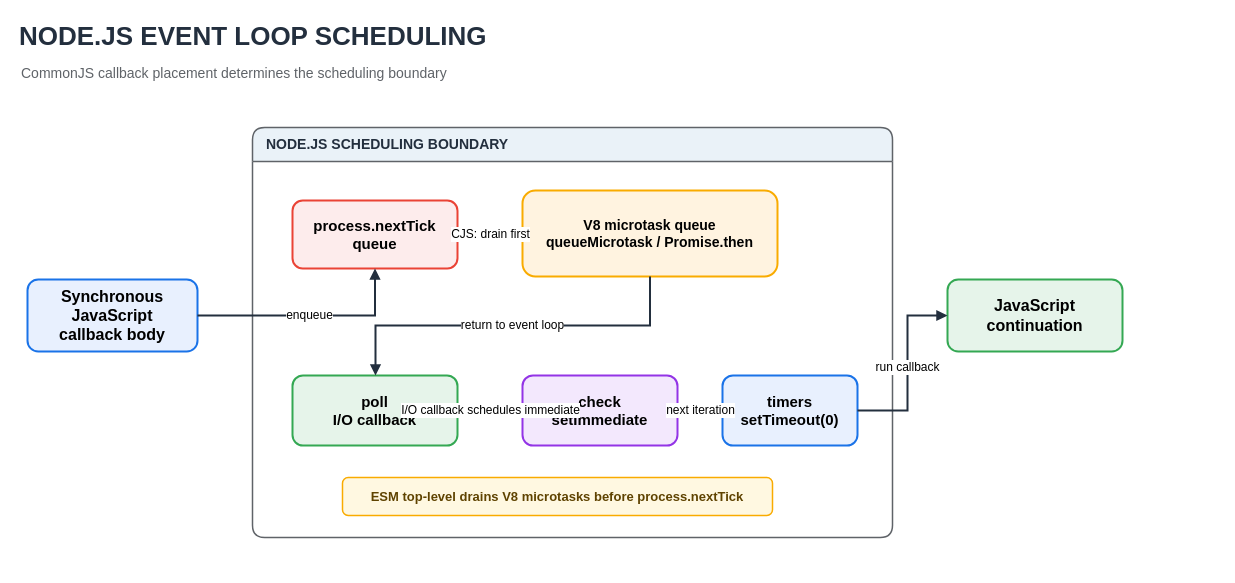
Before: assets/img/nodejs/node-event-loop-scheduling-flow.drawio in KKamJi98/kkamji98.github.io, a draw.io diagram. Source tidied: cells renumbered, new cells numbered last; positions are measured from the earlier drawing's top-left corner, leaving out a move shared by most shapes. Both pictures are drawn from the tidied source at 100%, with x=0, y=0 at pixel (17, 17).
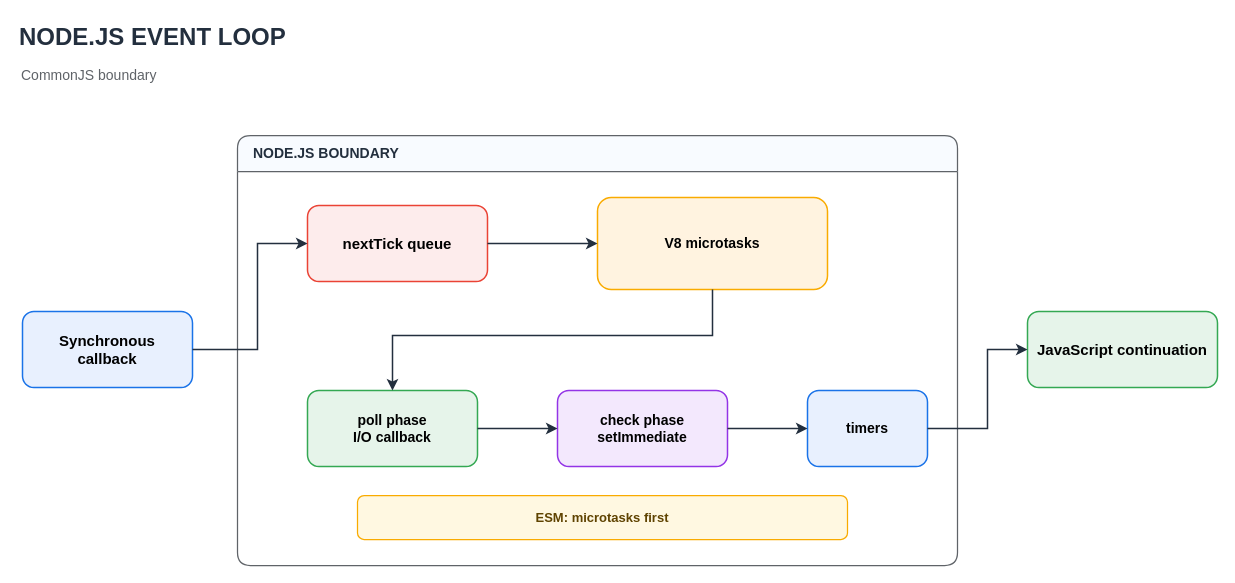
The same diagram, later.

Commit message (it also covers changes not shown here):
docs: refine Node event loop visuals

What changed in the source:
```diff
@@
-    <mxCell id="2" value="NODE.JS EVENT LOOP SCHEDULING" style="text;html=1;strokeColor=none;fillColor=none;align=left;verticalAlign=middle;fontSize=26;fontStyle=1;fontColor=#232F3E;" parent="1" vertex="1">
-      <mxGeometry width="760" height="38" as="geometry" />
+    <mxCell id="2" value="NODE.JS EVENT LOOP" style="text;html=1;strokeColor=none;fillColor=none;align=left;verticalAlign=middle;fontSize=24;fontStyle=1;fontColor=#232F3E;opacity=100;" parent="1" vertex="1">
+      <mxGeometry y="2" width="720" height="36" as="geometry" />
     </mxCell>
-    <mxCell id="3" value="CommonJS callback placement determines the scheduling boundary" style="text;html=1;strokeColor=none;fillColor=none;align=left;verticalAlign=middle;fontSize=14;fontColor=#5F6368;" parent="1" vertex="1">
-      <mxGeometry x="2" y="44" width="700" height="24" as="geometry" />
+    <mxCell id="3" value="CommonJS boundary" style="text;html=1;strokeColor=none;fillColor=none;align=left;verticalAlign=middle;fontSize=14;fontColor=#5F6368;" parent="1" vertex="1">
+      <mxGeometry x="2" y="46" width="400" height="24" as="geometry" />
     </mxCell>
-    <mxCell id="4" value="Synchronous JavaScript&lt;br&gt;callback body" style="rounded=1;whiteSpace=wrap;html=1;fillColor=#E8F0FE;strokeColor=#1A73E8;strokeWidth=2;fontColor=#000000;fontSize=16;fontStyle=1;" parent="1" vertex="1">
-      <mxGeometry x="10" y="262" width="170" height="72" as="geometry" />
+    <mxCell id="4" value="Synchronous callback" style="rounded=1;whiteSpace=wrap;html=1;fillColor=#E8F0FE;strokeColor=#1A73E8;strokeWidth=1.5;fontColor=#000000;fontSize=15;fontStyle=1;align=center;verticalAlign=middle;spacing=8;" parent="1" vertex="1">
+      <mxGeometry x="5" y="294" width="170" height="76" as="geometry" />
     </mxCell>
-    <mxCell id="5" value="NODE.JS SCHEDULING BOUNDARY" style="swimlane;horizontal=1;startSize=34;rounded=1;arcSize=12;html=1;fillColor=#EAF2F8;swimlaneFillColor=#FFFFFF;strokeColor=#5F6368;strokeWidth=1.5;fontColor=#232F3E;fontSize=14;fontStyle=1;align=left;spacingLeft=12;" parent="1" vertex="1">
-      <mxGeometry x="235" y="110" width="640" height="410" as="geometry" />
-    </mxCell>
+    <mxCell id="19" value="NODE.JS BOUNDARY" style="swimlane;horizontal=1;startSize=36;rounded=1;arcSize=12;html=1;fillColor=#F8FBFF;swimlaneFillColor=#FFFFFF;strokeColor=#5F6368;strokeWidth=1.25;fontColor=#232F3E;fontSize=14;fontStyle=1;align=left;spacingLeft=14;" parent="1" vertex="1">
+      <mxGeometry x="220" y="118" width="720" height="430" as="geometry" />
+    </mxCell>
-    <mxCell id="6" value="process.nextTick&lt;br&gt;queue" style="rounded=1;whiteSpace=wrap;html=1;fillColor=#FDECEC;strokeColor=#EA4335;strokeWidth=2;fontColor=#000000;fontSize=15;fontStyle=1;" parent="1" vertex="1">
-      <mxGeometry x="275" y="183" width="165" height="68" as="geometry" />
+    <mxCell id="6" value="nextTick queue" style="rounded=1;whiteSpace=wrap;html=1;fillColor=#FDECEC;strokeColor=#EA4335;strokeWidth=1.5;fontColor=#000000;fontSize=15;fontStyle=1;align=center;verticalAlign=middle;spacing=8;" parent="1" vertex="1">
+      <mxGeometry x="290" y="188" width="180" height="76" as="geometry" />
     </mxCell>
-    <mxCell id="7" value="V8 microtask queue&lt;br&gt;queueMicrotask / Promise.then" style="rounded=1;whiteSpace=wrap;html=1;fillColor=#FFF3E0;strokeColor=#F9AB00;strokeWidth=2;fontColor=#000000;fontSize=14;fontStyle=1;" parent="1" vertex="1">
-      <mxGeometry x="505" y="173" width="255" height="86" as="geometry" />
+    <mxCell id="7" value="V8 microtasks" style="rounded=1;whiteSpace=wrap;html=1;fillColor=#FFF3E0;strokeColor=#F9AB00;strokeWidth=1.5;fontColor=#000000;fontSize=14;fontStyle=1;align=center;verticalAlign=middle;spacing=8;" parent="1" vertex="1">
+      <mxGeometry x="580" y="180" width="230" height="92" as="geometry" />
     </mxCell>
-    <mxCell id="8" value="poll&lt;br&gt;I/O callback" style="rounded=1;whiteSpace=wrap;html=1;fillColor=#E6F4EA;strokeColor=#34A853;strokeWidth=2;fontColor=#000000;fontSize=15;fontStyle=1;" parent="1" vertex="1">
-      <mxGeometry x="275" y="358" width="165" height="70" as="geometry" />
+    <mxCell id="8" value="poll phase&lt;br&gt;I/O callback" style="rounded=1;whiteSpace=wrap;html=1;fillColor=#E6F4EA;strokeColor=#34A853;strokeWidth=1.5;fontColor=#000000;fontSize=14;fontStyle=1;align=center;verticalAlign=middle;spacing=8;" parent="1" vertex="1">
+      <mxGeometry x="290" y="373" width="170" height="76" as="geometry" />
     </mxCell>
-    <mxCell id="9" value="check&lt;br&gt;setImmediate" style="rounded=1;whiteSpace=wrap;html=1;fillColor=#F3E8FD;strokeColor=#9334E6;strokeWidth=2;fontColor=#000000;fontSize=15;fontStyle=1;" parent="1" vertex="1">
-      <mxGeometry x="505" y="358" width="155" height="70" as="geometry" />
+    <mxCell id="9" value="check phase&lt;br&gt;setImmediate" style="rounded=1;whiteSpace=wrap;html=1;fillColor=#F3E8FD;strokeColor=#9334E6;strokeWidth=1.5;fontColor=#000000;fontSize=14;fontStyle=1;align=center;verticalAlign=middle;spacing=8;" parent="1" vertex="1">
+      <mxGeometry x="540" y="373" width="170" height="76" as="geometry" />
     </mxCell>
-    <mxCell id="10" value="timers&lt;br&gt;setTimeout(0)" style="rounded=1;whiteSpace=wrap;html=1;fillColor=#E8F0FE;strokeColor=#1A73E8;strokeWidth=2;fontColor=#000000;fontSize=15;fontStyle=1;" parent="1" vertex="1">
-      <mxGeometry x="705" y="358" width="135" height="70" as="geometry" />
+    <mxCell id="10" value="timers" style="rounded=1;whiteSpace=wrap;html=1;fillColor=#E8F0FE;strokeColor=#1A73E8;strokeWidth=1.5;fontColor=#000000;fontSize=14;fontStyle=1;align=center;verticalAlign=middle;spacing=8;" parent="1" vertex="1">
+      <mxGeometry x="790" y="373" width="120" height="76" as="geometry" />
     </mxCell>
-    <mxCell id="11" value="JavaScript continuation" style="rounded=1;whiteSpace=wrap;html=1;fillColor=#E6F4EA;strokeColor=#34A853;strokeWidth=2;fontColor=#000000;fontSize=16;fontStyle=1;" parent="1" vertex="1">
-      <mxGeometry x="930" y="262" width="175" height="72" as="geometry" />
+    <mxCell id="11" value="JavaScript continuation" style="rounded=1;whiteSpace=wrap;html=1;fillColor=#E6F4EA;strokeColor=#34A853;strokeWidth=1.5;fontColor=#000000;fontSize=15;fontStyle=1;align=center;verticalAlign=middle;spacing=8;" parent="1" vertex="1">
+      <mxGeometry x="1010" y="294" width="190" height="76" as="geometry" />
     </mxCell>
+    <mxCell id="18" value="ESM: microtasks first" style="rounded=1;whiteSpace=wrap;html=1;fillColor=#FFF8E1;strokeColor=#F9AB00;strokeWidth=1.25;fontColor=#5F4300;fontSize=13;fontStyle=1;align=center;verticalAlign=middle;spacing=8;" parent="1" vertex="1">
+      <mxGeometry x="340" y="478" width="490" height="44" as="geometry" />
+    </mxCell>
-    <mxCell id="12" value="enqueue" style="edgeStyle=orthogonalEdgeStyle;rounded=0;html=1;strokeColor=#232F3E;strokeWidth=2;endArrow=block;endFill=1;fontColor=#000000;fontSize=12;labelBackgroundColor=#FFFFFF;" parent="1" edge="1" source="4" target="6">
-      <mxGeometry relative="1" as="geometry" />
+    <mxCell id="12" style="edgeStyle=orthogonalEdgeStyle;rounded=0;html=1;strokeColor=#232F3E;strokeWidth=1.5;endArrow=classic;endFill=1;endSize=7;exitX=1;exitY=0.5;entryX=0;entryY=0.5;fontColor=#232F3E;" parent="1" edge="1" source="4" target="6">
+      <mxGeometry relative="1" as="geometry">
+        <Array as="points">
+          <mxPoint x="240" y="332" />
+          <mxPoint x="240" y="226" />
+        </Array>
+      </mxGeometry>
     </mxCell>
-    <mxCell id="13" value="CJS: drain first" style="edgeStyle=orthogonalEdgeStyle;rounded=0;html=1;strokeColor=#232F3E;strokeWidth=2;endArrow=block;endFill=1;fontColor=#000000;fontSize=12;labelBackgroundColor=#FFFFFF;" parent="1" edge="1" source="6" target="7">
+    <mxCell id="13" style="edgeStyle=orthogonalEdgeStyle;rounded=0;html=1;strokeColor=#232F3E;strokeWidth=1.5;endArrow=classic;endFill=1;endSize=7;exitX=1;exitY=0.5;entryX=0;entryY=0.5;fontColor=#232F3E;" parent="1" edge="1" source="6" target="7">
       <mxGeometry relative="1" as="geometry" />
     </mxCell>
-    <mxCell id="14" value="return to event loop" style="edgeStyle=orthogonalEdgeStyle;rounded=0;html=1;strokeColor=#232F3E;strokeWidth=2;endArrow=block;endFill=1;fontColor=#000000;fontSize=12;labelBackgroundColor=#FFFFFF;" parent="1" edge="1" source="7" target="8">
+    <mxCell id="14" style="edgeStyle=orthogonalEdgeStyle;rounded=0;html=1;strokeColor=#232F3E;strokeWidth=1.5;endArrow=classic;endFill=1;endSize=7;exitX=0.5;exitY=1;entryX=0.5;entryY=0;fontColor=#232F3E;" parent="1" edge="1" source="7" target="8">
       <mxGeometry relative="1" as="geometry">
         <Array as="points">
-          <mxPoint x="632" y="308" />
-          <mxPoint x="358" y="308" />
+          <mxPoint x="695" y="318" />
+          <mxPoint x="375" y="318" />
         </Array>
       </mxGeometry>
     </mxCell>
-    <mxCell id="15" value="I/O callback schedules immediate" style="edgeStyle=orthogonalEdgeStyle;rounded=0;html=1;strokeColor=#232F3E;strokeWidth=2;endArrow=block;endFill=1;fontColor=#000000;fontSize=12;labelBackgroundColor=#FFFFFF;" parent="1" edge="1" source="8" target="9">
+    <mxCell id="15" style="edgeStyle=orthogonalEdgeStyle;rounded=0;html=1;strokeColor=#232F3E;strokeWidth=1.5;endArrow=classic;endFill=1;endSize=7;exitX=1;exitY=0.5;entryX=0;entryY=0.5;fontColor=#232F3E;" parent="1" edge="1" source="8" target="9">
       <mxGeometry relative="1" as="geometry" />
     </mxCell>
-    <mxCell id="16" value="next iteration" style="edgeStyle=orthogonalEdgeStyle;rounded=0;html=1;strokeColor=#232F3E;strokeWidth=2;endArrow=block;endFill=1;fontColor=#000000;fontSize=12;labelBackgroundColor=#FFFFFF;" parent="1" edge="1" source="9" target="10">
+    <mxCell id="16" style="edgeStyle=orthogonalEdgeStyle;rounded=0;html=1;strokeColor=#232F3E;strokeWidth=1.5;endArrow=classic;endFill=1;endSize=7;exitX=1;exitY=0.5;entryX=0;entryY=0.5;fontColor=#232F3E;" parent="1" edge="1" source="9" target="10">
       <mxGeometry relative="1" as="geometry" />
     </mxCell>
-    <mxCell id="17" value="run callback" style="edgeStyle=orthogonalEdgeStyle;rounded=0;html=1;strokeColor=#232F3E;strokeWidth=2;endArrow=block;endFill=1;fontColor=#000000;fontSize=12;labelBackgroundColor=#FFFFFF;" parent="1" edge="1" source="10" target="11">
+    <mxCell id="17" style="edgeStyle=orthogonalEdgeStyle;rounded=0;html=1;strokeColor=#232F3E;strokeWidth=1.5;endArrow=classic;endFill=1;endSize=7;exitX=1;exitY=0.5;entryX=0;entryY=0.5;fontColor=#232F3E;" parent="1" edge="1" source="10" target="11">
       <mxGeometry relative="1" as="geometry">
         <Array as="points">
-          <mxPoint x="890" y="393" />
-          <mxPoint x="890" y="298" />
+          <mxPoint x="970" y="411" />
+          <mxPoint x="970" y="332" />
         </Array>
       </mxGeometry>
     </mxCell>
-    <mxCell id="18" value="ESM top-level drains V8 microtasks before process.nextTick" style="rounded=1;whiteSpace=wrap;html=1;fillColor=#FFF8E1;strokeColor=#F9AB00;strokeWidth=1.5;fontColor=#5F4300;fontSize=13;fontStyle=1;" parent="1" vertex="1">
-      <mxGeometry x="325" y="460" width="430" height="38" as="geometry" />
-    </mxCell>
```
